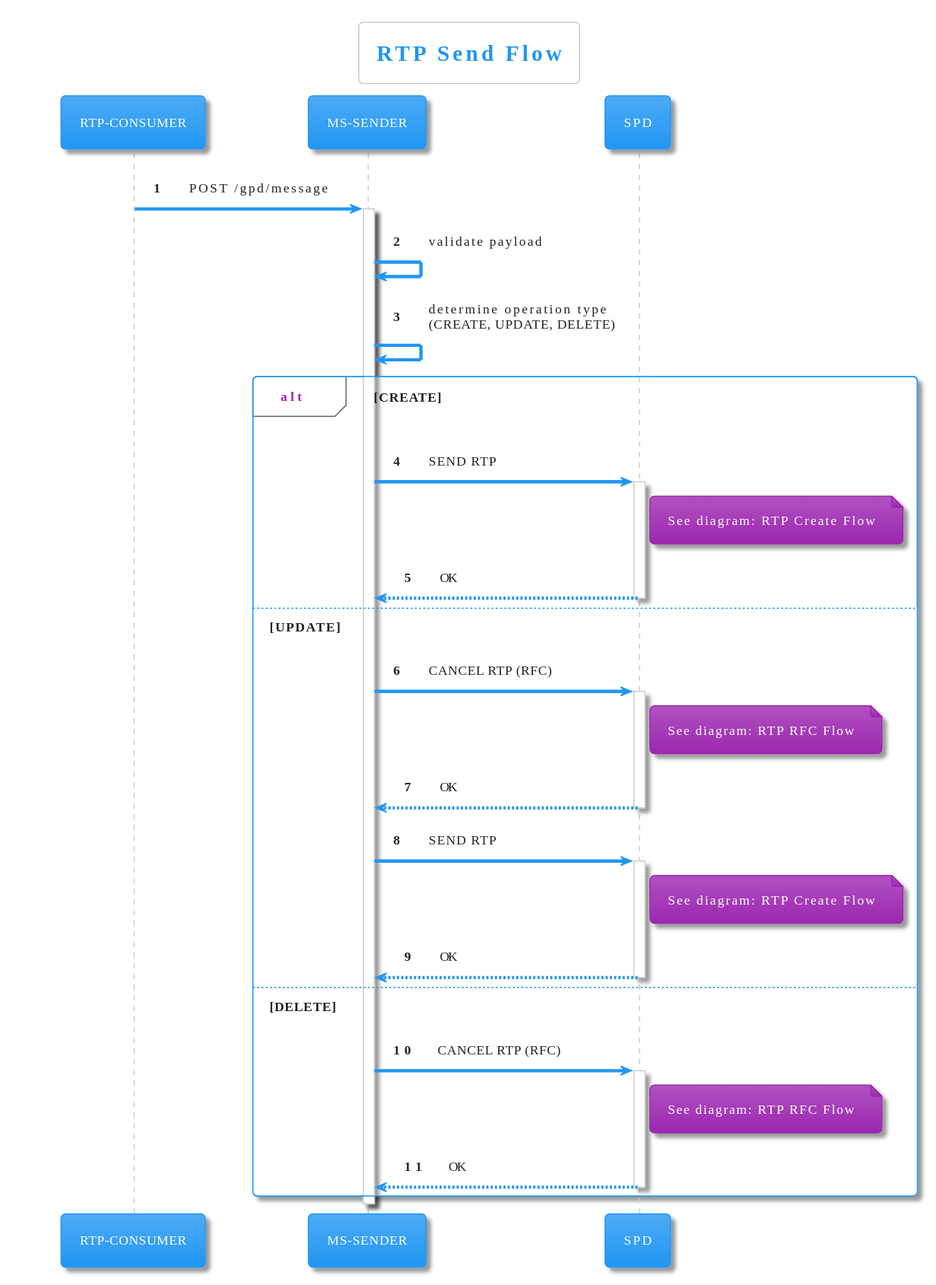
The PlantUML diagram diagrams/send.svg in pagopa/rtp-docs, before a commit.
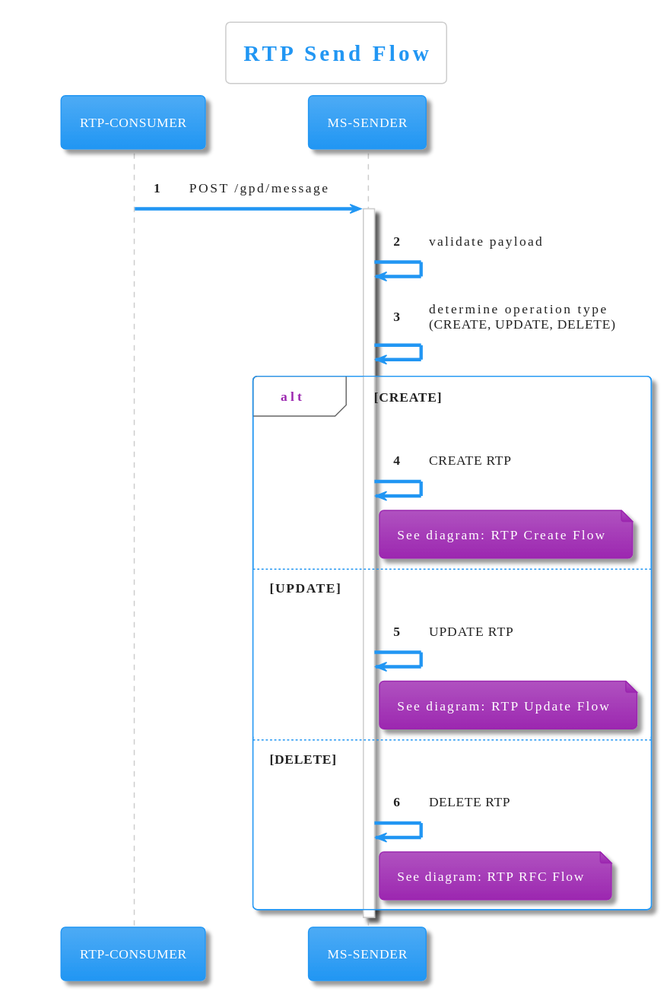
Above is the later version.

What changed in the source:
```diff
@@ -5,7 +5,6 @@
 
 participant "RTP-CONSUMER" as CONSUMER
 participant "MS-SENDER" as SENDER
-participant "SPD" as SPD
 
 autonumber
 
@@ -17,31 +16,24 @@
 SENDER -> SENDER: determine operation type\n(CREATE, UPDATE, DELETE)
 
 alt CREATE
-    SENDER -> SPD: SEND RTP
-    note right of SPD: See diagram: RTP Create Flow
-    activate SPD
-    SPD --> SENDER: OK
-    deactivate SPD
+    SENDER -> SENDER: CREATE RTP
+    note right of SENDER
+      See diagram: RTP Create Flow
+    end note
 
 else UPDATE
-    SENDER -> SPD: CANCEL RTP (RFC)
-    note right of SPD: See diagram: RTP RFC Flow
-    activate SPD
-    SPD --> SENDER: OK
-    deactivate SPD
-    SENDER -> SPD: SEND RTP
-    note right of SPD: See diagram: RTP Create Flow
-    activate SPD
-    SPD --> SENDER: OK
-    deactivate SPD
+    SENDER -> SENDER: UPDATE RTP
+    note right of SENDER
+      See diagram: RTP Update Flow
+    end note
 
 else DELETE
-    SENDER -> SPD: CANCEL RTP (RFC)
-    note right of SPD: See diagram: RTP RFC Flow
-    activate SPD
-    SPD --> SENDER: OK
-    deactivate SPD
+    SENDER -> SENDER: DELETE RTP
+    note right of SENDER
+      See diagram: RTP RFC Flow
+    end note
 end
+
 
 deactivate SENDER
 @enduml
```
